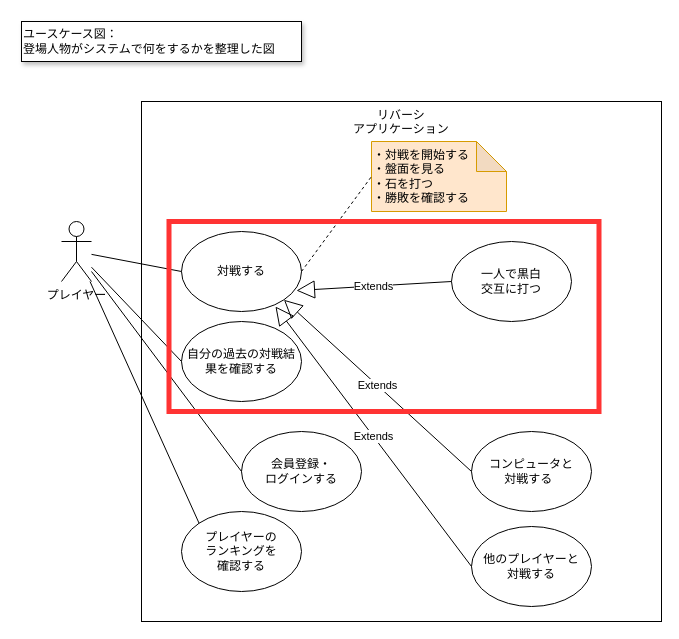
The draw.io diagram Reversi/docs/20_usecase.drawio in Gunj0/js-memo, before the edit. Source tidied: cells renumbered, new cells numbered last; positions are measured from the earlier drawing's top-left corner, leaving out a move shared by most shapes. Both pictures are drawn from the tidied source at 100%, with x=0, y=0 at pixel (21, 21).
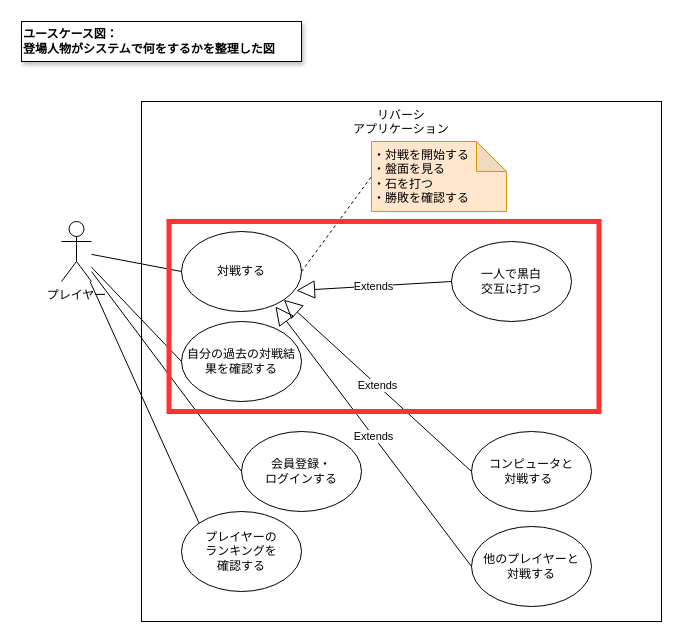
Above is the later version.

What changed in the source:
```diff
@@
-    <mxCell id="2" value="ユースケース図：&lt;br&gt;登場人物がシステムで何をするかを整理した図" style="rounded=0;whiteSpace=wrap;html=1;align=left;shadow=1;" parent="1" vertex="1">
+    <mxCell id="2" value="ユースケース図：&lt;br&gt;登場人物がシステムで何をするかを整理した図" style="rounded=0;whiteSpace=wrap;html=1;align=left;shadow=1;fontStyle=1;" parent="1" vertex="1">
       <mxGeometry width="280" height="40" as="geometry" />
     </mxCell>
```
